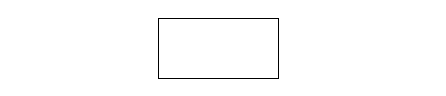
This is images/大分表历史同步.drawio from MyLanPangzi/docs, a draw.io file, before an edit. Source tidied: cells renumbered, new cells numbered last; positions are measured from the earlier drawing's top-left corner, leaving out a move shared by most shapes. Both pictures are drawn from the tidied source at 100%, with x=0, y=0 at pixel (158, 18).
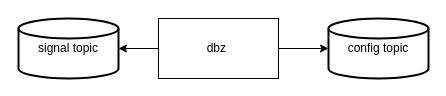
The same diagram, later.

Commit message (it also covers changes not shown here):
更新大分表历史同步.drawio

Change to the diagram source:
```diff
@@
 <mxGraphModel>
   <root>
     <mxCell id="0" />
     <mxCell id="1" parent="0" />
+    <mxCell id="3" style="edgeStyle=orthogonalEdgeStyle;rounded=0;jettySize=auto;html=1;entryX=0;entryY=0.5;entryDx=0;entryDy=0;entryPerimeter=0;" parent="1" edge="1" source="2" target="4">
+      <mxGeometry relative="1" as="geometry" />
+    </mxCell>
-    <mxCell id="2" style="rounded=0;whiteSpace=wrap;html=1;" parent="1" vertex="1">
+    <mxCell id="2" value="dbz&amp;nbsp;" style="rounded=0;whiteSpace=wrap;html=1;" parent="1" vertex="1">
       <mxGeometry width="120" height="60" as="geometry" />
     </mxCell>
+    <mxCell id="4" value="config topic" style="strokeWidth=2;html=1;shape=mxgraph.flowchart.database;whiteSpace=wrap;" parent="1" vertex="1">
+      <mxGeometry x="170" width="100" height="60" as="geometry" />
+    </mxCell>
+    <mxCell id="5" value="signal topic" style="strokeWidth=2;html=1;shape=mxgraph.flowchart.database;whiteSpace=wrap;" parent="1" vertex="1">
+      <mxGeometry x="-140" width="100" height="60" as="geometry" />
+    </mxCell>
+    <mxCell id="6" style="edgeStyle=orthogonalEdgeStyle;rounded=0;jettySize=auto;html=1;entryX=1;entryY=0.5;entryDx=0;entryDy=0;entryPerimeter=0;" parent="1" edge="1" source="2" target="5">
+      <mxGeometry relative="1" as="geometry" />
+    </mxCell>
   </root>
 </mxGraphModel>
```
